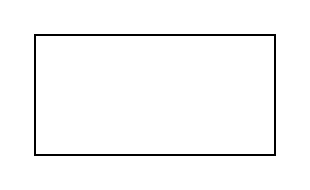
Monooks/12-07_NetoHW keeps this draw.io diagram as Mapping.drawio. Above is the earlier version. Source tidied: cells renumbered, new cells numbered last; positions are measured from the earlier drawing's top-left corner, leaving out a move shared by most shapes. Both pictures are drawn from the tidied source at 200%, with x=0, y=0 at pixel (34, 34).
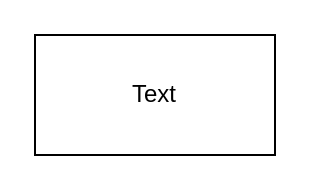
The same diagram, later.

Diff of the diagram source:
```diff
@@
 <mxGraphModel>
   <root>
     <mxCell id="0" />
     <mxCell id="1" parent="0" />
     <mxCell id="2" style="rounded=0;whiteSpace=wrap;html=1;" parent="1" vertex="1">
       <mxGeometry width="120" height="60" as="geometry" />
     </mxCell>
+    <mxCell id="3" value="Text" style="text;html=1;strokeColor=none;fillColor=none;align=center;verticalAlign=middle;whiteSpace=wrap;rounded=0;" parent="1" vertex="1">
+      <mxGeometry x="30" y="15" width="60" height="30" as="geometry" />
+    </mxCell>
   </root>
 </mxGraphModel>
```
